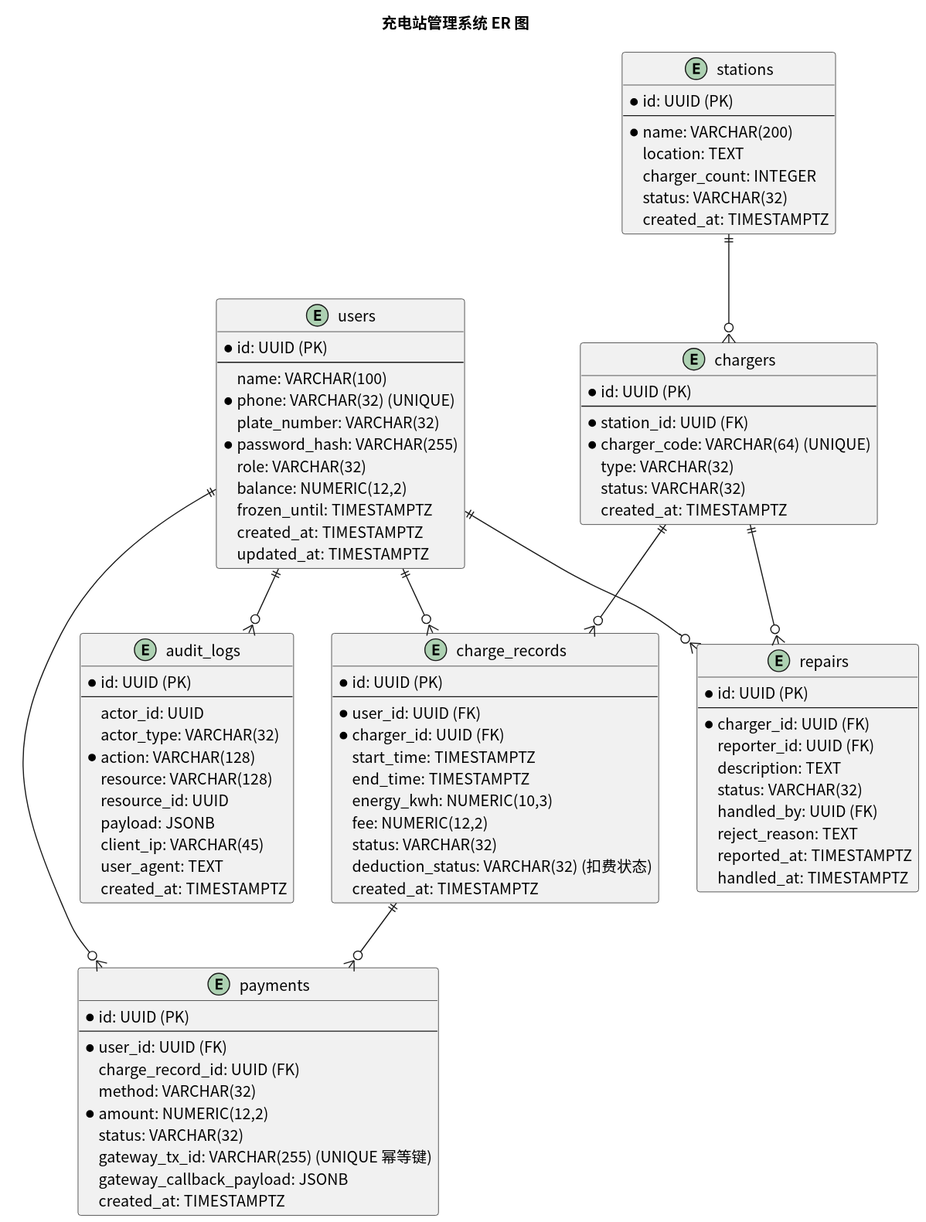
This is usecase/docs/database/img/er_diagram.svg from greenhandzdl/charging-station-doc, a PlantUML export, as it was before one commit.
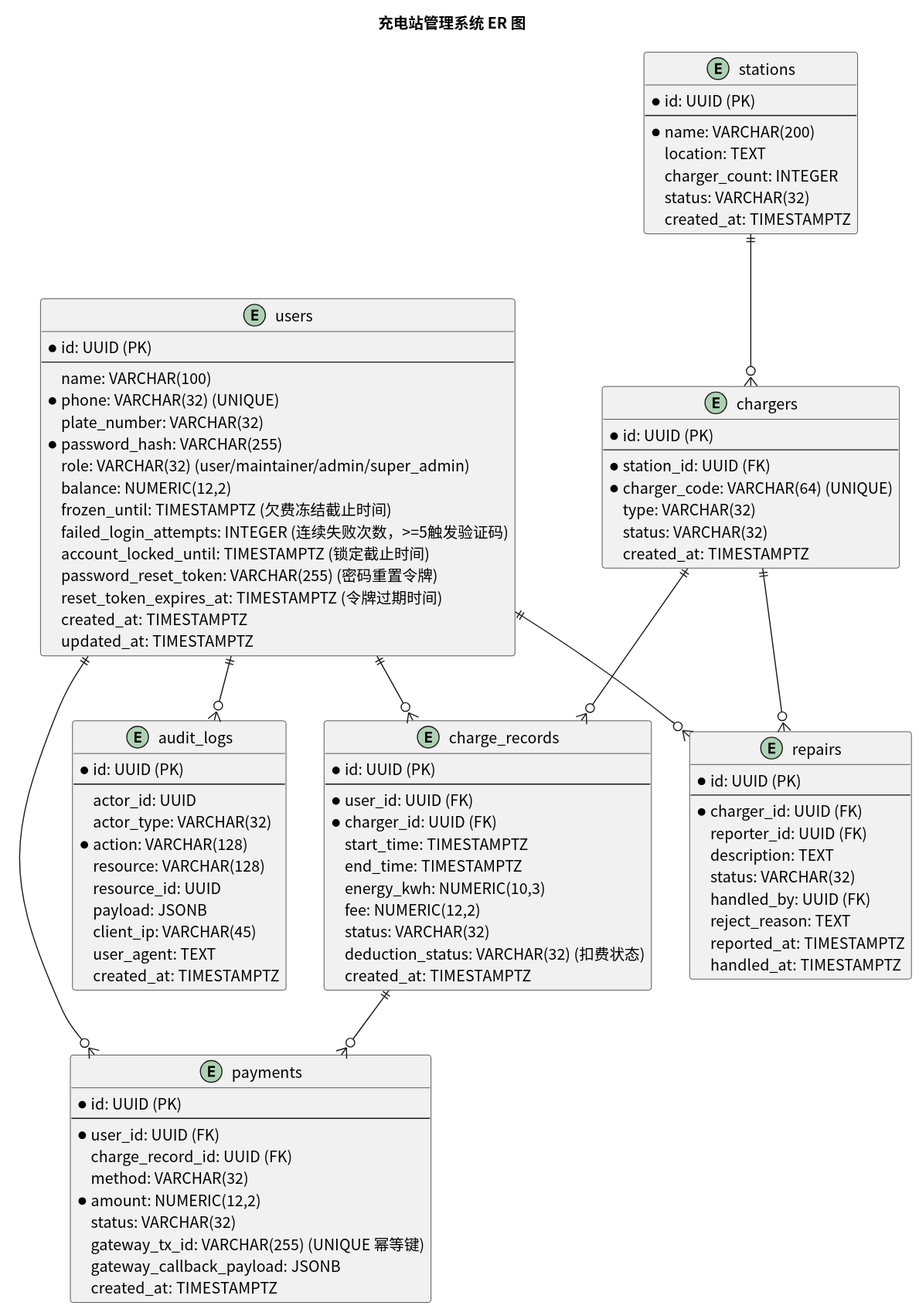
The same diagram one commit later.

The edit, as a diff of the source:
```diff
@@ -10,9 +10,13 @@
   *phone: VARCHAR(32) (UNIQUE)
   plate_number: VARCHAR(32)
   *password_hash: VARCHAR(255)
-  role: VARCHAR(32)
+  role: VARCHAR(32) (user/maintainer/admin/super_admin)
   balance: NUMERIC(12,2)
-  frozen_until: TIMESTAMPTZ
+  frozen_until: TIMESTAMPTZ (欠费冻结截止时间)
+  failed_login_attempts: INTEGER (连续失败次数，>=5触发验证码)
+  account_locked_until: TIMESTAMPTZ (锁定截止时间)
+  password_reset_token: VARCHAR(255) (密码重置令牌)
+  reset_token_expires_at: TIMESTAMPTZ (令牌过期时间)
   created_at: TIMESTAMPTZ
   updated_at: TIMESTAMPTZ
 }
```
